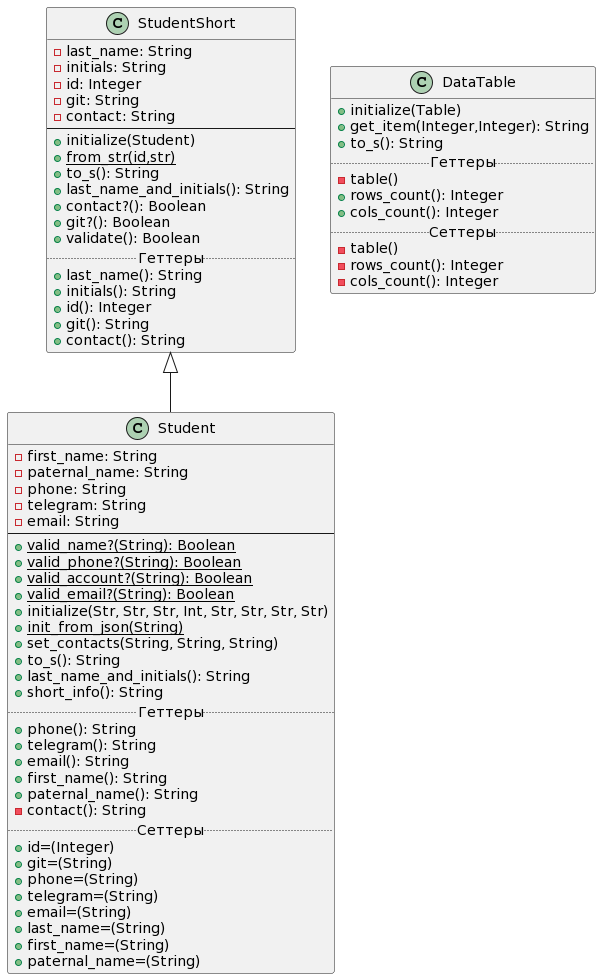
The PlantUML diagram Diagrams/class_diagram_lab2.png in waasabi13/ruby_labs, before a commit.
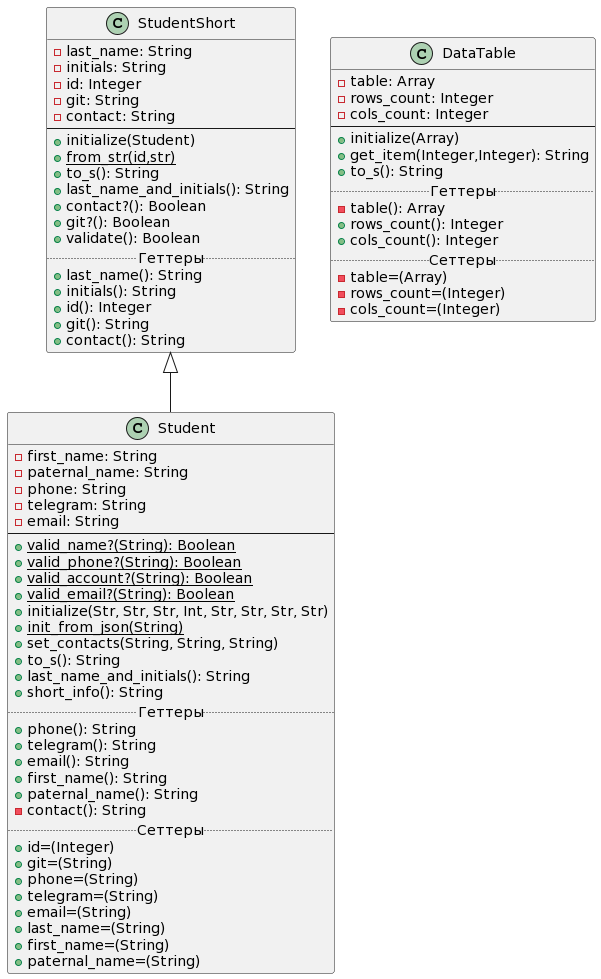
The same file after the commit.

Commit message:
подправил диаграмму классов

What changed in the source:
```diff
@@ -61,16 +61,20 @@
 
 class DataTable
 {
-    +initialize(Table)
+    -table: Array
+    -rows_count: Integer
+    -cols_count: Integer
+--
+    +initialize(Array)
     +get_item(Integer,Integer): String
     +to_s(): String
     ..Геттеры..
-    -table()
+    -table(): Array
     +rows_count(): Integer
     +cols_count(): Integer
     ..Сеттеры..
-    -table()
-    -rows_count(): Integer
-    -cols_count(): Integer
+    -table=(Array)
+    -rows_count=(Integer)
+    -cols_count=(Integer)
 }
 @enduml
```
